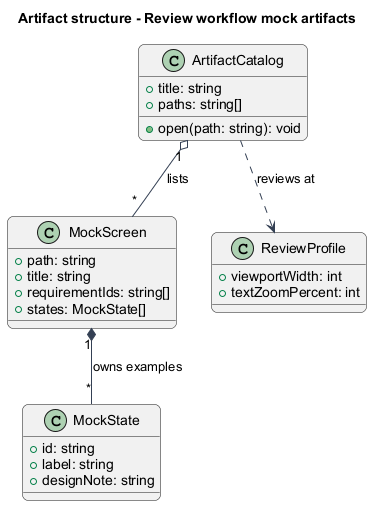
This is docs/detailed-designs/artifacts/review-workflow-mocks/diagrams/class-structure.png from QuinntyneBrown/mission-control, a PlantUML export, as it was before one commit. The source it was exported from:
```plantuml
@startuml
skinparam backgroundColor #FFFFFF
skinparam shadowing false
skinparam roundcorner 12
skinparam defaultFontName Arial
skinparam ArrowColor #344054
skinparam rectangle {
  BorderColor #344054
  FontColor #101828
}
skinparam package {
  BorderColor #667085
  FontColor #101828
  BackgroundColor #F9FAFB
}
title Artifact structure - Review workflow mock artifacts
class MockScreen {
  +path: string
  +title: string
  +requirementIds: string[]
  +states: MockState[]
}
class ArtifactCatalog {
  +title: string
  +paths: string[]
  +open(path: string): void
}
class ReviewProfile {
  +viewportWidth: int
  +textZoomPercent: int
}
ArtifactCatalog "1" o-- "*" MockScreen : lists
ArtifactCatalog ..> ReviewProfile : reviews at
class MockState {
  +id: string
  +label: string
  +designNote: string
}
MockScreen "1" *-- "*" MockState : owns examples
@enduml
```
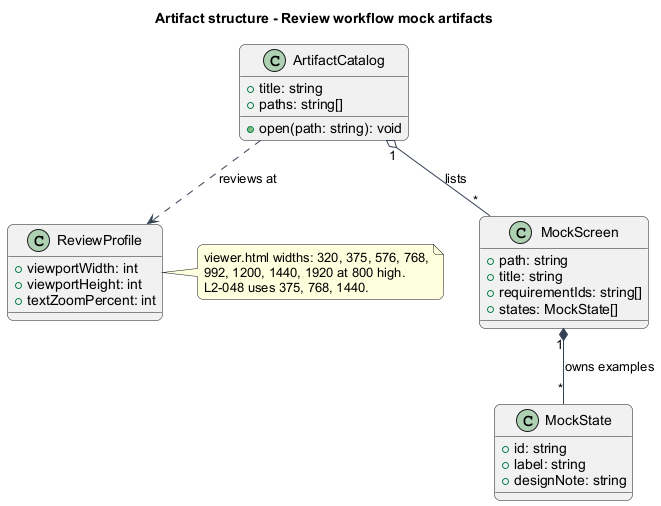
After the commit.

What changed in the source:
```diff
@@ -27,8 +27,14 @@
 }
 class ReviewProfile {
   +viewportWidth: int
+  +viewportHeight: int
   +textZoomPercent: int
 }
+note right of ReviewProfile
+viewer.html widths: 320, 375, 576, 768,
+992, 1200, 1440, 1920 at 800 high.
+L2-048 uses 375, 768, 1440.
+end note
 ArtifactCatalog "1" o-- "*" MockScreen : lists
 ArtifactCatalog ..> ReviewProfile : reviews at
 class MockState {
```
